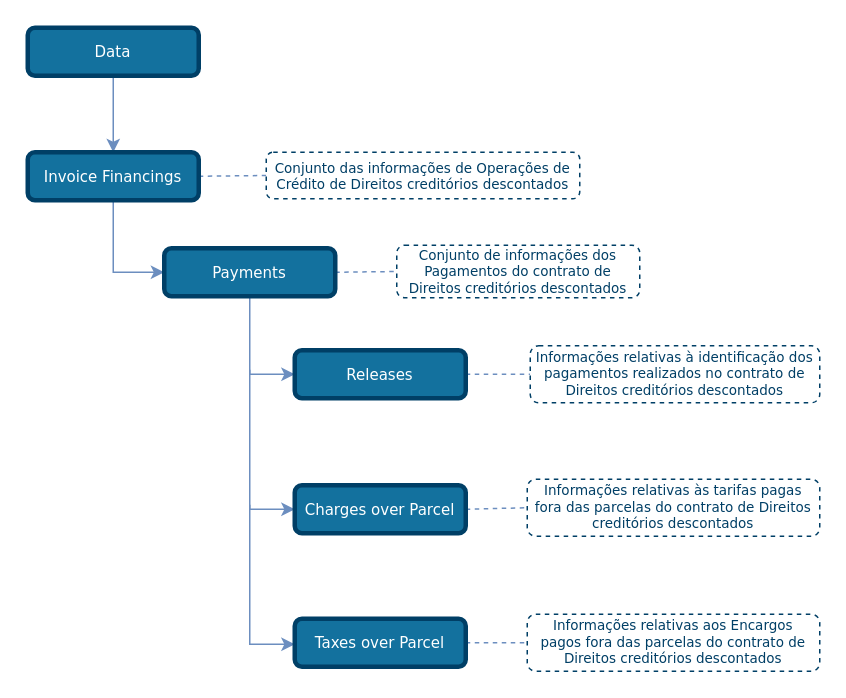
This is draw_io_diagrams/invoice_financings/TLD_InvoiceFinancings_Payments.drawio from OpenBanking-Brasil/areadesenvolvedor, a draw.io file, before an edit. Source tidied: cells renumbered, new cells numbered last; positions are measured from the earlier drawing's top-left corner, leaving out a move shared by most shapes. Both pictures are drawn from the tidied source at 150%, with x=0, y=0 at pixel (27, 27).
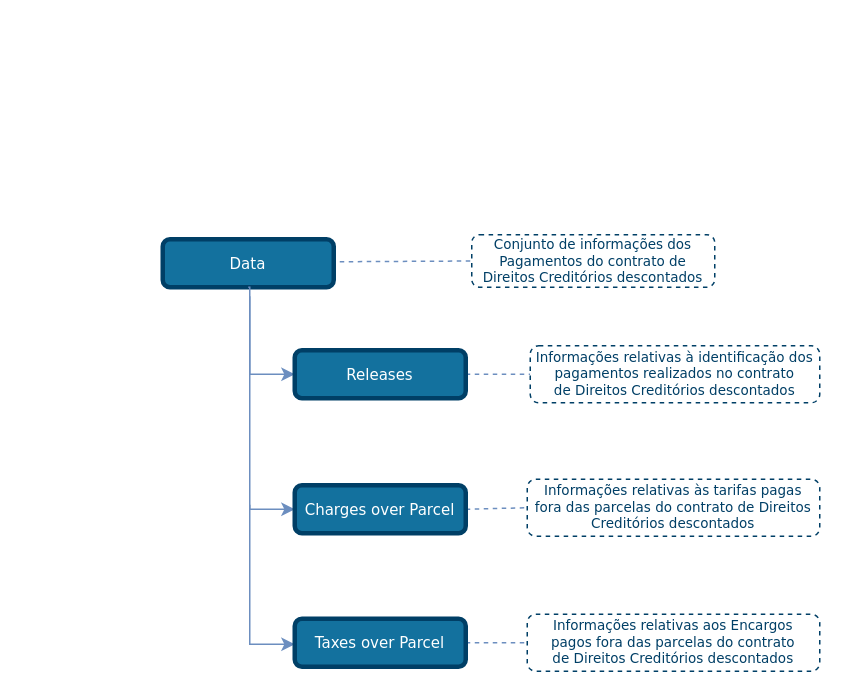
Above is the later version.

The change refers to these unchanged cells:
```xml
<mxCell id="14" value="Releases" style="rounded=1;whiteSpace=wrap;html=1;comic=0;shadow=0;backgroundOutline=0;snapToPoint=0;fixDash=0;strokeWidth=3;fontFamily=Verdana;fontStyle=0;labelBackgroundColor=none;labelBorderColor=none;fontSize=10;fillColor=#13719E;strokeColor=#003F66;fontColor=#ffffff;" parent="1" vertex="1">
  <mxGeometry x="178" y="215" width="114" height="32" as="geometry" />
</mxCell>
```

What changed in the source:
```diff
@@
-    <mxCell id="2" style="edgeStyle=none;rounded=1;jettySize=auto;html=1;entryX=0;entryY=0.5;entryDx=0;entryDy=0;dashed=1;endArrow=none;endFill=0;endSize=6;strokeColor=#6C8EBF;exitX=1;exitY=0.5;exitDx=0;exitDy=0;" parent="1" edge="1" source="13" target="8">
-      <mxGeometry relative="1" as="geometry" />
+    <mxCell id="2" style="edgeStyle=none;rounded=1;jettySize=auto;html=1;entryX=0;entryY=0.5;entryDx=0;entryDy=0;dashed=1;endArrow=none;endFill=0;endSize=6;strokeColor=#6C8EBF;" parent="1" edge="1" target="8">
+      <mxGeometry relative="1" as="geometry">
+        <mxPoint x="208" y="156" as="sourcePoint" />
+      </mxGeometry>
     </mxCell>
-    <mxCell id="3" style="edgeStyle=orthogonalEdgeStyle;rounded=0;jettySize=auto;html=1;entryX=0.5;entryY=0;entryDx=0;entryDy=0;endSize=6;fillColor=#dae8fc;strokeColor=#6c8ebf;comic=0;shadow=0;backgroundOutline=0;snapToPoint=0;fixDash=0;endArrow=classic;endFill=1;exitX=0.5;exitY=1;exitDx=0;exitDy=0;" parent="1" edge="1" source="12" target="6">
-      <mxGeometry relative="1" as="geometry" />
-    </mxCell>
-    <mxCell id="4" style="edgeStyle=orthogonalEdgeStyle;rounded=0;jettySize=auto;html=1;exitX=0.5;exitY=1;exitDx=0;exitDy=0;entryX=0;entryY=0.5;entryDx=0;entryDy=0;strokeColor=#6C8EBF;endArrow=classic;endFill=1;" parent="1" edge="1" source="6" target="13">
-      <mxGeometry relative="1" as="geometry" />
-    </mxCell>
-    <mxCell id="5" style="edgeStyle=none;rounded=1;jettySize=auto;html=1;exitX=1;exitY=0.5;exitDx=0;exitDy=0;entryX=0;entryY=0.5;entryDx=0;entryDy=0;dashed=1;endArrow=none;endFill=0;endSize=6;strokeColor=#6C8EBF;" parent="1" edge="1" source="6" target="7">
-      <mxGeometry relative="1" as="geometry" />
-    </mxCell>
-    <mxCell id="6" value="Invoice Financings" style="rounded=1;whiteSpace=wrap;html=1;comic=0;shadow=0;backgroundOutline=0;snapToPoint=0;fixDash=0;strokeWidth=3;fontFamily=Verdana;fontStyle=0;labelBackgroundColor=none;labelBorderColor=none;fontSize=10;fillColor=#13719E;strokeColor=#003F66;fontColor=#ffffff;" parent="1" vertex="1">
-      <mxGeometry y="83" width="114" height="32" as="geometry" />
-    </mxCell>
-    <mxCell id="7" value="&lt;font style=&quot;font-size: 9px&quot;&gt;Conjunto das informações de Operações de Crédito de Direitos creditórios descontados&lt;/font&gt;" style="rounded=1;whiteSpace=wrap;html=1;shadow=0;comic=0;strokeColor=#003F66;strokeWidth=1;fillColor=#ffffff;fontFamily=Verdana;fontSize=9;fontColor=#003F66;dashed=1;spacingLeft=5;spacing=0;spacingRight=5;spacingBottom=5;spacingTop=5;align=center;verticalAlign=middle;gradientColor=#ffffff;" parent="1" vertex="1">
-      <mxGeometry x="159" y="83" width="209" height="31" as="geometry" />
-    </mxCell>
-    <mxCell id="8" value="&lt;font style=&quot;font-size: 9px&quot;&gt;Conjunto de informações dos Pagamentos do contrato de Direitos creditórios descontados&lt;/font&gt;" style="rounded=1;whiteSpace=wrap;html=1;shadow=0;comic=0;strokeColor=#003F66;strokeWidth=1;fillColor=#ffffff;fontFamily=Verdana;fontSize=9;fontColor=#003F66;dashed=1;spacingLeft=5;spacing=0;spacingRight=5;spacingBottom=5;spacingTop=5;align=center;verticalAlign=middle;gradientColor=#ffffff;" parent="1" vertex="1">
-      <mxGeometry x="246" y="145" width="162" height="35" as="geometry" />
+    <mxCell id="8" value="&lt;font style=&quot;font-size: 9px&quot;&gt;Conjunto de informações dos Pagamentos do contrato de Direitos Creditórios descontados&lt;/font&gt;" style="rounded=1;whiteSpace=wrap;html=1;shadow=0;comic=0;strokeColor=#003F66;strokeWidth=1;fillColor=#ffffff;fontFamily=Verdana;fontSize=9;fontColor=#003F66;dashed=1;spacingLeft=5;spacing=0;spacingRight=5;spacingBottom=5;spacingTop=5;align=center;verticalAlign=middle;gradientColor=#ffffff;" parent="1" vertex="1">
+      <mxGeometry x="296" y="138" width="162" height="35" as="geometry" />
     </mxCell>
@@
-    <mxCell id="10" value="&lt;font style=&quot;font-size: 9px&quot;&gt;Informações relativas à identificação dos pagamentos realizados no contrato de Direitos creditórios descontados&lt;/font&gt;" style="rounded=1;whiteSpace=wrap;html=1;shadow=0;comic=0;strokeColor=#003F66;strokeWidth=1;fillColor=#ffffff;fontFamily=Verdana;fontSize=9;fontColor=#003F66;dashed=1;spacingLeft=5;spacing=0;spacingRight=5;spacingBottom=5;spacingTop=5;align=center;verticalAlign=middle;gradientColor=#ffffff;" parent="1" vertex="1">
+    <mxCell id="10" value="&lt;font style=&quot;font-size: 9px&quot;&gt;Informações relativas à identificação dos pagamentos realizados no contrato de&amp;nbsp;&lt;/font&gt;Direitos Creditórios descontados" style="rounded=1;whiteSpace=wrap;html=1;shadow=0;comic=0;strokeColor=#003F66;strokeWidth=1;fillColor=#ffffff;fontFamily=Verdana;fontSize=9;fontColor=#003F66;dashed=1;spacingLeft=5;spacing=0;spacingRight=5;spacingBottom=5;spacingTop=5;align=center;verticalAlign=middle;gradientColor=#ffffff;" parent="1" vertex="1">
       <mxGeometry x="335" y="212" width="193" height="38" as="geometry" />
     </mxCell>
-    <mxCell id="11" style="edgeStyle=orthogonalEdgeStyle;rounded=0;jettySize=auto;html=1;exitX=0.5;exitY=1;exitDx=0;exitDy=0;entryX=0;entryY=0.5;entryDx=0;entryDy=0;strokeColor=#6C8EBF;endArrow=classic;endFill=1;" parent="1" edge="1" source="13" target="14">
-      <mxGeometry relative="1" as="geometry" />
+    <mxCell id="11" style="edgeStyle=orthogonalEdgeStyle;rounded=0;jettySize=auto;html=1;exitX=0.5;exitY=1;exitDx=0;exitDy=0;entryX=0;entryY=0.5;entryDx=0;entryDy=0;strokeColor=#6C8EBF;endArrow=classic;endFill=1;" parent="1" edge="1" target="14">
+      <mxGeometry relative="1" as="geometry">
+        <mxPoint x="148" y="179" as="sourcePoint" />
+        <Array as="points">
+          <mxPoint x="148" y="231" />
+        </Array>
+      </mxGeometry>
     </mxCell>
     <mxCell id="12" value="Data" style="rounded=1;whiteSpace=wrap;html=1;comic=0;shadow=0;backgroundOutline=0;snapToPoint=0;fixDash=0;strokeWidth=3;fontFamily=Verdana;fontStyle=0;labelBackgroundColor=none;labelBorderColor=none;fontSize=10;fillColor=#13719E;strokeColor=#003F66;fontColor=#ffffff;" parent="1" vertex="1">
-      <mxGeometry width="114" height="32" as="geometry" />
+      <mxGeometry x="90" y="141" width="114" height="32" as="geometry" />
     </mxCell>
-    <mxCell id="13" value="Payments" style="rounded=1;whiteSpace=wrap;html=1;comic=0;shadow=0;backgroundOutline=0;snapToPoint=0;fixDash=0;strokeWidth=3;fontFamily=Verdana;fontStyle=0;labelBackgroundColor=none;labelBorderColor=none;fontSize=10;fillColor=#13719E;strokeColor=#003F66;fontColor=#ffffff;" parent="1" vertex="1">
-      <mxGeometry x="91" y="147" width="114" height="32" as="geometry" />
-    </mxCell>
@@
-    <mxCell id="16" value="&lt;font style=&quot;font-size: 9px&quot;&gt;Informações relativas às tarifas pagas fora das parcelas do contrato de Direitos creditórios descontados&lt;/font&gt;" style="rounded=1;whiteSpace=wrap;html=1;shadow=0;comic=0;strokeColor=#003F66;strokeWidth=1;fillColor=#ffffff;fontFamily=Verdana;fontSize=9;fontColor=#003F66;dashed=1;spacingLeft=5;spacing=0;spacingRight=5;spacingBottom=5;spacingTop=5;align=center;verticalAlign=middle;gradientColor=#ffffff;" parent="1" vertex="1">
+    <mxCell id="16" value="&lt;font style=&quot;font-size: 9px&quot;&gt;Informações relativas às tarifas pagas fora das parcelas do contrato de&amp;nbsp;&lt;/font&gt;Direitos Creditórios descontados" style="rounded=1;whiteSpace=wrap;html=1;shadow=0;comic=0;strokeColor=#003F66;strokeWidth=1;fillColor=#ffffff;fontFamily=Verdana;fontSize=9;fontColor=#003F66;dashed=1;spacingLeft=5;spacing=0;spacingRight=5;spacingBottom=5;spacingTop=5;align=center;verticalAlign=middle;gradientColor=#ffffff;" parent="1" vertex="1">
       <mxGeometry x="333" y="301" width="195" height="38" as="geometry" />
     </mxCell>
-    <mxCell id="17" style="edgeStyle=orthogonalEdgeStyle;rounded=0;orthogonalLoop=1;jettySize=auto;html=1;strokeColor=#6C8EBF;endArrow=classic;endFill=1;" parent="1" edge="1">
+    <mxCell id="17" style="edgeStyle=orthogonalEdgeStyle;rounded=0;jettySize=auto;html=1;strokeColor=#6C8EBF;endArrow=classic;endFill=1;exitX=0.5;exitY=1;exitDx=0;exitDy=0;" parent="1" edge="1" source="12">
       <mxGeometry relative="1" as="geometry">
-        <mxPoint x="148" y="228" as="sourcePoint" />
         <mxPoint x="178" y="321" as="targetPoint" />
         <Array as="points">
+          <mxPoint x="148" y="173" />
           <mxPoint x="148" y="321" />
         </Array>
       </mxGeometry>
     </mxCell>
@@
-    <mxCell id="20" value="&lt;font style=&quot;font-size: 9px&quot;&gt;Informações relativas aos Encargos pagos fora das parcelas do contrato de Direitos creditórios descontados&lt;/font&gt;" style="rounded=1;whiteSpace=wrap;html=1;shadow=0;comic=0;strokeColor=#003F66;strokeWidth=1;fillColor=#ffffff;fontFamily=Verdana;fontSize=9;fontColor=#003F66;dashed=1;spacingLeft=5;spacing=0;spacingRight=5;spacingBottom=5;spacingTop=5;align=center;verticalAlign=middle;gradientColor=#ffffff;" parent="1" vertex="1">
+    <mxCell id="20" value="&lt;font style=&quot;font-size: 9px&quot;&gt;Informações relativas aos Encargos pagos fora das parcelas do contrato de&amp;nbsp;&lt;/font&gt;Direitos Creditórios descontados" style="rounded=1;whiteSpace=wrap;html=1;shadow=0;comic=0;strokeColor=#003F66;strokeWidth=1;fillColor=#ffffff;fontFamily=Verdana;fontSize=9;fontColor=#003F66;dashed=1;spacingLeft=5;spacing=0;spacingRight=5;spacingBottom=5;spacingTop=5;align=center;verticalAlign=middle;gradientColor=#ffffff;" parent="1" vertex="1">
       <mxGeometry x="333" y="391" width="195" height="38" as="geometry" />
     </mxCell>
```
